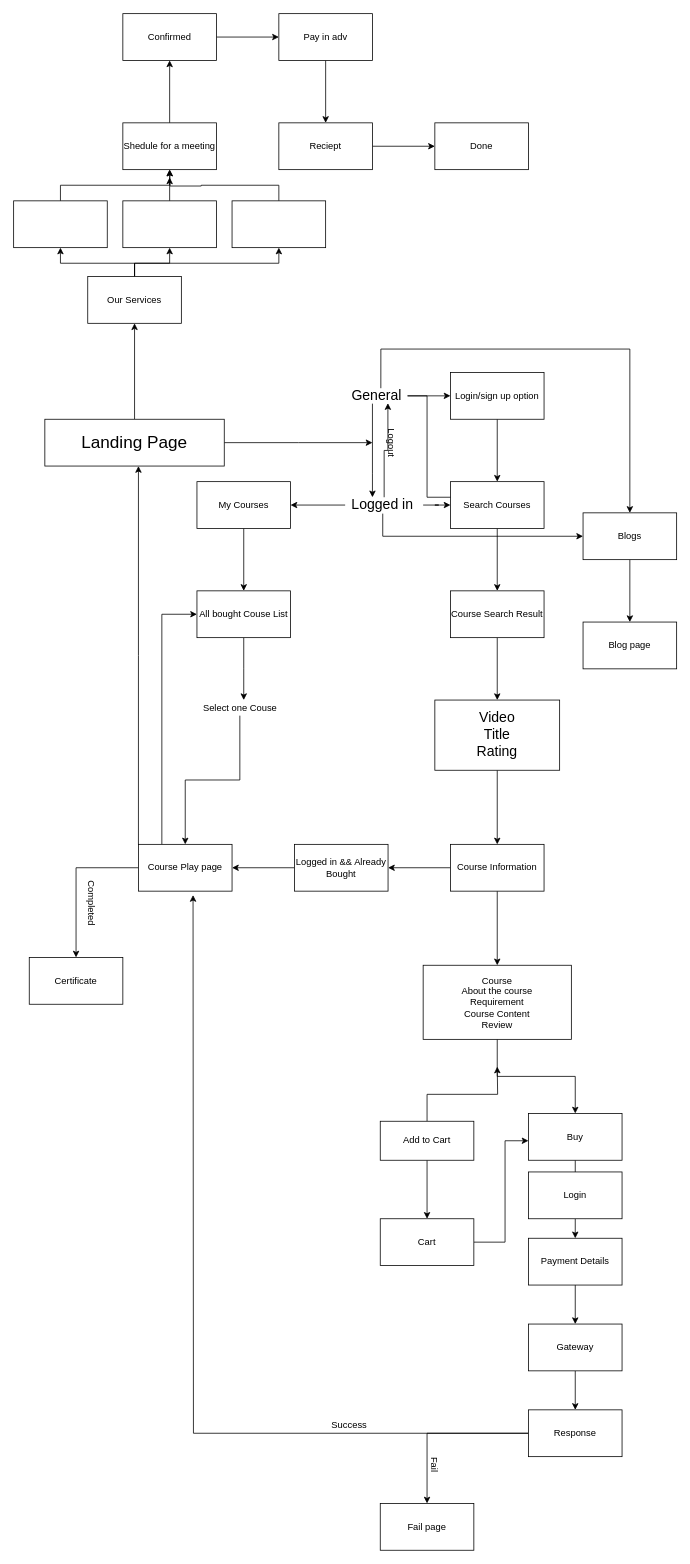
imranbarbhuiya/Nextjs-ejs-express-website keeps this draw.io diagram as Untitled Diagram.drawio. Above is the earlier version. Source tidied: cells renumbered, new cells numbered last; positions are measured from the earlier drawing's top-left corner, leaving out a move shared by most shapes. Both pictures are drawn from the tidied source at 78%, with x=0, y=0 at pixel (13, 13).
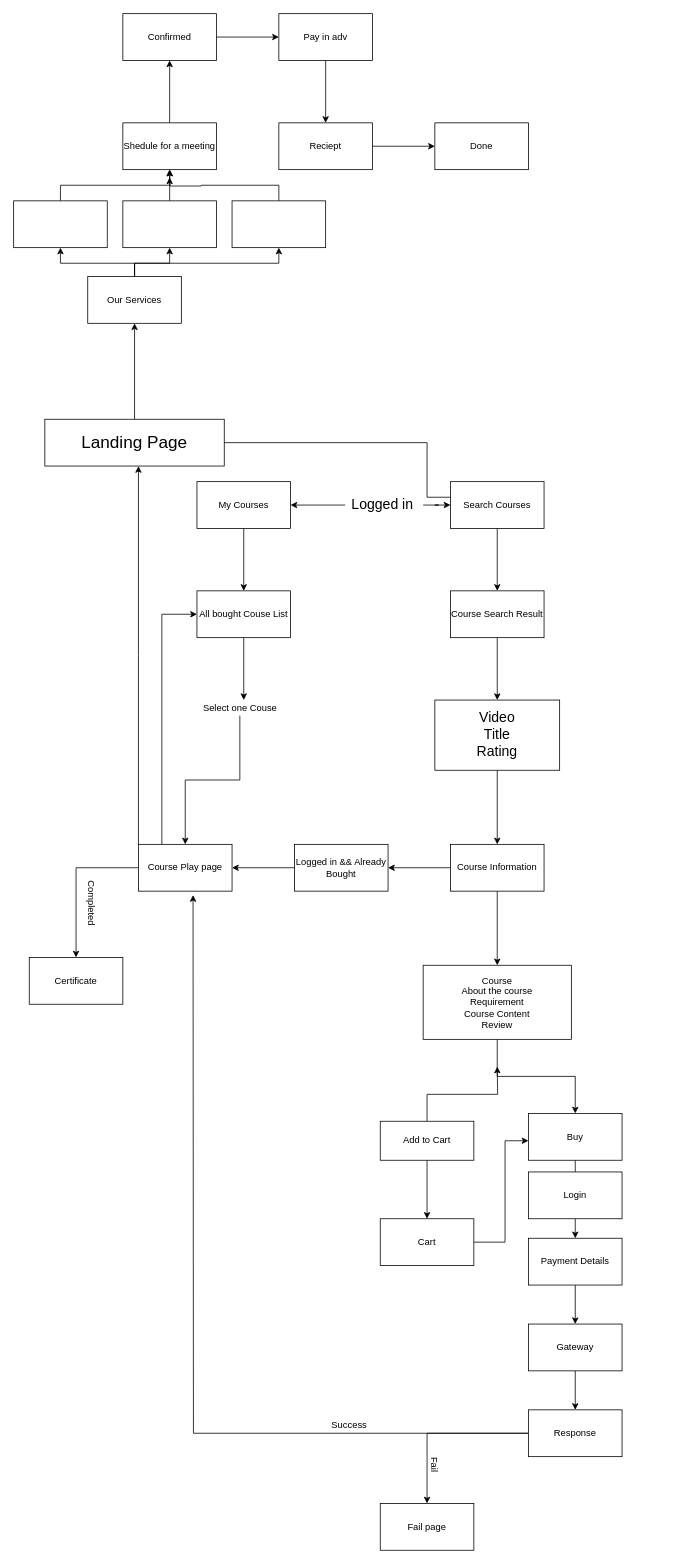
The same page after the edit.

Commit message:
deleted blog part

The change refers to these unchanged cells:
```xml
<mxCell id="4" value="&lt;font style=&quot;font-size: 22px&quot;&gt;Landing Page&lt;/font&gt;" style="rounded=0;whiteSpace=wrap;html=1;" parent="1" vertex="1">
  <mxGeometry x="40" y="520" width="230" height="60" as="geometry" />
</mxCell>
<mxCell id="8" value="&lt;font style=&quot;font-size: 18px&quot;&gt;Logged in&amp;nbsp;&lt;/font&gt;" style="text;html=1;align=center;verticalAlign=middle;points=[];strokeColor=none;" parent="1" vertex="1">
  <mxGeometry x="425" y="620" width="100" height="20" as="geometry" />
</mxCell>
<mxCell id="17" value="Search Courses" style="whiteSpace=wrap;html=1;" parent="1" vertex="1">
  <mxGeometry x="560" y="600" width="120" height="60" as="geometry" />
</mxCell>
```

The edit, as a diff of the source:
```diff
@@
-    <mxCell id="2" style="edgeStyle=orthogonalEdgeStyle;rounded=0;jettySize=auto;html=1;exitX=1;exitY=0.5;exitDx=0;exitDy=0;" parent="1" edge="1" source="4">
-      <mxGeometry relative="1" as="geometry">
-        <mxPoint x="460" y="550" as="targetPoint" />
-      </mxGeometry>
-    </mxCell>
@@
-    <mxCell id="5" style="edgeStyle=orthogonalEdgeStyle;rounded=0;jettySize=auto;html=1;entryX=0.685;entryY=0.97;entryDx=0;entryDy=0;entryPerimeter=0;" parent="1" edge="1" source="8" target="12">
-      <mxGeometry relative="1" as="geometry" />
-    </mxCell>
@@
-    <mxCell id="9" style="edgeStyle=orthogonalEdgeStyle;rounded=0;jettySize=auto;html=1;" parent="1" edge="1" source="12" target="8">
-      <mxGeometry relative="1" as="geometry">
-        <Array as="points">
-          <mxPoint x="460" y="590" />
-          <mxPoint x="460" y="590" />
-        </Array>
-      </mxGeometry>
-    </mxCell>
-    <mxCell id="10" style="edgeStyle=orthogonalEdgeStyle;rounded=0;jettySize=auto;html=1;" parent="1" edge="1" source="12" target="15">
-      <mxGeometry relative="1" as="geometry" />
-    </mxCell>
-    <mxCell id="11" style="edgeStyle=orthogonalEdgeStyle;rounded=0;jettySize=auto;html=1;" parent="1" edge="1" source="12">
+    <mxCell id="11" style="edgeStyle=orthogonalEdgeStyle;rounded=0;jettySize=auto;html=1;exitX=1;exitY=0.5;exitDx=0;exitDy=0;" parent="1" edge="1" source="4">
       <mxGeometry relative="1" as="geometry">
         <mxPoint x="570" y="620" as="targetPoint" />
         <Array as="points">
-          <mxPoint x="530" y="490" />
+          <mxPoint x="530" y="550" />
+          <mxPoint x="530" y="620" />
         </Array>
       </mxGeometry>
     </mxCell>
-    <mxCell id="12" value="&lt;font style=&quot;font-size: 18px&quot;&gt;General&lt;/font&gt;" style="text;html=1;align=center;verticalAlign=middle;points=[];strokeColor=none;" parent="1" vertex="1">
-      <mxGeometry x="425" y="480" width="80" height="20" as="geometry" />
-    </mxCell>
-    <mxCell id="13" style="edgeStyle=orthogonalEdgeStyle;rounded=0;jettySize=auto;html=1;" parent="1" edge="1" source="15" target="17">
-      <mxGeometry relative="1" as="geometry" />
-    </mxCell>
-    <mxCell id="14" style="edgeStyle=orthogonalEdgeStyle;rounded=0;jettySize=auto;html=1;entryX=0.5;entryY=0;entryDx=0;entryDy=0;exitX=0.572;exitY=0.01;exitDx=0;exitDy=0;exitPerimeter=0;" parent="1" edge="1" source="12" target="63">
-      <mxGeometry relative="1" as="geometry">
-        <Array as="points">
-          <mxPoint x="471" y="430" />
-          <mxPoint x="790" y="430" />
-        </Array>
-      </mxGeometry>
-    </mxCell>
-    <mxCell id="15" value="Login/sign up option" style="whiteSpace=wrap;html=1;" parent="1" vertex="1">
-      <mxGeometry x="560" y="460" width="120" height="60" as="geometry" />
-    </mxCell>
@@
-    <mxCell id="18" value="Logout" style="text;html=1;align=center;verticalAlign=middle;strokeColor=none;rotation=90;" parent="1" vertex="1">
-      <mxGeometry x="460" y="540" width="50" height="20" as="geometry" />
-    </mxCell>
@@
-    <mxCell id="61" style="edgeStyle=orthogonalEdgeStyle;rounded=0;jettySize=auto;html=1;exitX=0.482;exitY=1.05;exitDx=0;exitDy=0;exitPerimeter=0;entryX=0;entryY=0.5;entryDx=0;entryDy=0;" parent="1" edge="1" source="8" target="63">
-      <mxGeometry relative="1" as="geometry" />
-    </mxCell>
-    <mxCell id="62" style="edgeStyle=orthogonalEdgeStyle;rounded=0;jettySize=auto;html=1;" parent="1" edge="1" source="63" target="64">
-      <mxGeometry relative="1" as="geometry" />
-    </mxCell>
-    <mxCell id="63" value="Blogs" style="whiteSpace=wrap;html=1;" parent="1" vertex="1">
-      <mxGeometry x="730" y="640" width="120" height="60" as="geometry" />
-    </mxCell>
-    <mxCell id="64" value="Blog page" style="whiteSpace=wrap;html=1;" parent="1" vertex="1">
-      <mxGeometry x="730" y="780" width="120" height="60" as="geometry" />
-    </mxCell>
```
